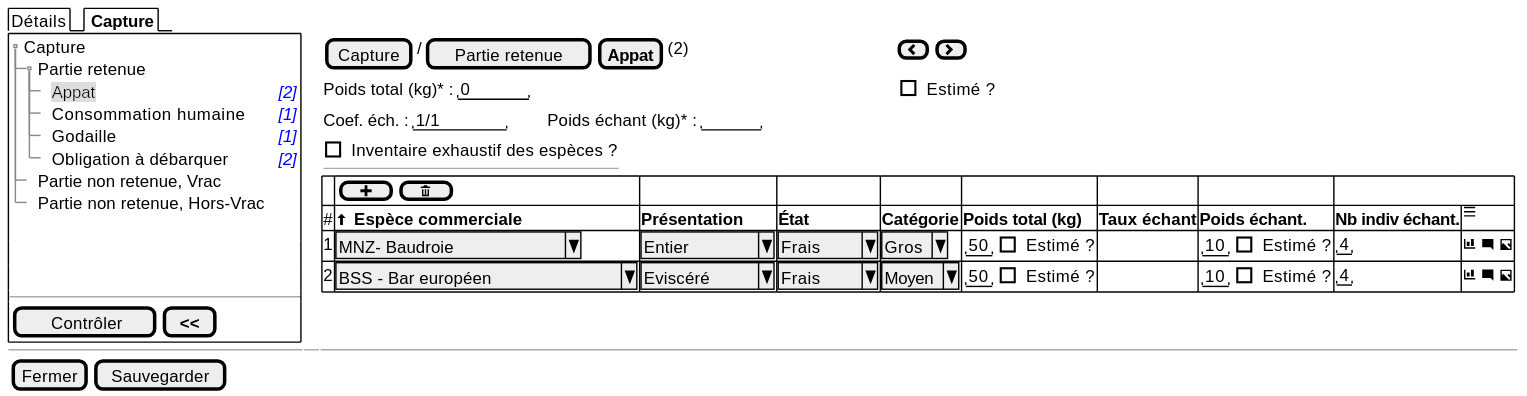
Before: projects/obsmer/spe/images/batch/batch-tree-PR-BAI.svg, a diagram exported from PlantUML (sumaris-net/sumaris-doc). Its source is kept beside it as projects/obsmer/spe/images/batch/batch-tree-PR-BAI.puml.
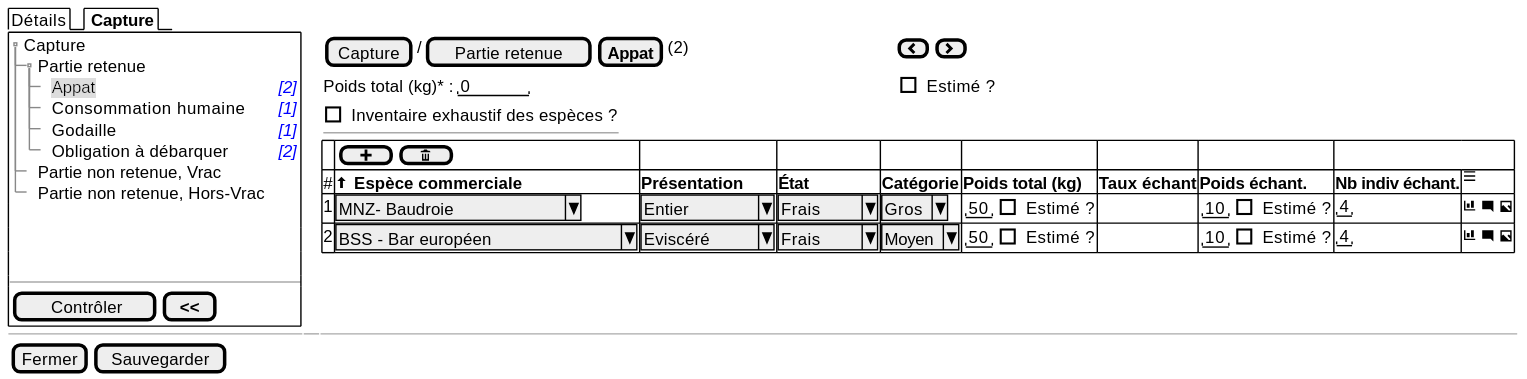
Later version of the same file.

The edit, as a diff of the source:
```diff
@@ -24,8 +24,6 @@
 
     {Poids total (kg)* : | " 0    " | . | . | . | . | . | . | . | . | . | . | . | . | . | . | . | . | . | . | . | . | . | . | . | . | . | . | . | . | . | . | . | . | . | . | . | . | . | . | . | . | . | . | . | . |. |. |. |. |. |. |. |. | [ ] Estimé ?}
 
-    {Coef. éch. : | " 1/1    " | . | . | . | . | . |  Poids échant (kg)* : | "     " }
-
     { [ ] Inventaire exhaustif des espèces ?
     ---
     }
```
